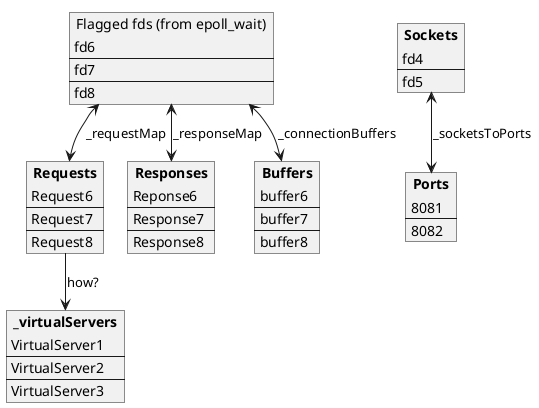
This is docs/webserverMaps.png from thaisnishimoto/42sp_Webserv, a PlantUML export, as it was before one commit. Its diagram source:
```plantuml
@startuml
!pragma layout smetana

json "<b>_virtualServers</b>" as virtualServers {
["VirtualServer1", "VirtualServer2", "VirtualServer3"]
}

json "<b>Sockets</b>" as sockets {
["fd4", "fd5"]
}

json "<b>Ports</b>" as ports {
["8081", "8082"]
}

json "Flagged fds (from epoll_wait)" as fds {
["fd6", "fd7", "fd8"]
}

json "<b>Requests</b>" as requests {
["Request6", "Request7", "Request8"]
}

json "<b>Responses</b>" as responses {
["Reponse6", "Response7", "Response8"]
}

json "<b>Buffers</b>" as buffer {
["buffer6", "buffer7", "buffer8"]
}

sockets <--> ports : _socketsToPorts

fds <--> requests : _requestMap
fds <--> responses : _responseMap
fds <--> buffer : _connectionBuffers
requests --> virtualServers : how?


@enduml
```
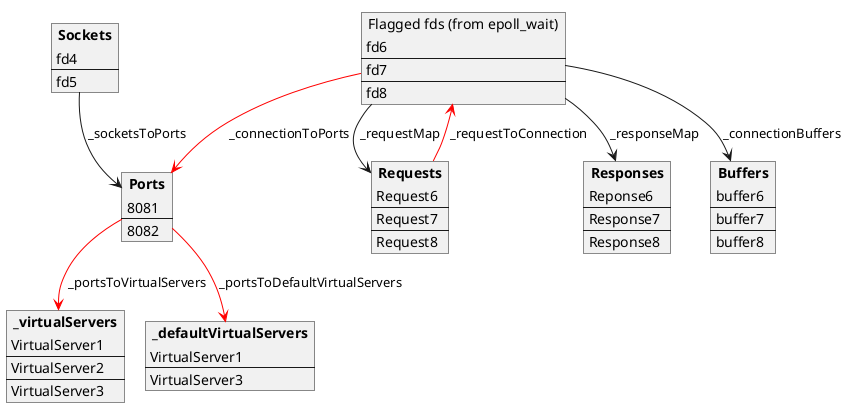
After the change.

The edit, as a diff of the source:
```diff
@@ -3,6 +3,10 @@
 
 json "<b>_virtualServers</b>" as virtualServers {
 ["VirtualServer1", "VirtualServer2", "VirtualServer3"]
+}
+
+json "<b>_defaultVirtualServers</b>" as defaultVirtualServers {
+["VirtualServer1", "VirtualServer3"]
 }
 
 json "<b>Sockets</b>" as sockets {
@@ -29,12 +33,14 @@
 ["buffer6", "buffer7", "buffer8"]
 }
 
-sockets <--> ports : _socketsToPorts
-
-fds <--> requests : _requestMap
-fds <--> responses : _responseMap
-fds <--> buffer : _connectionBuffers
-requests --> virtualServers : how?
+sockets --> ports : _socketsToPorts
+fds --> requests : _requestMap
+requests -[#red]-> fds : _requestToConnection
+fds --> responses : _responseMap
+fds --> buffer : _connectionBuffers
+fds -[#red]-> ports : _connectionToPorts
+ports -[#red]-> virtualServers : _portsToVirtualServers
+ports -[#red]-> defaultVirtualServers : _portsToDefaultVirtualServers
 
 
 @enduml
```
